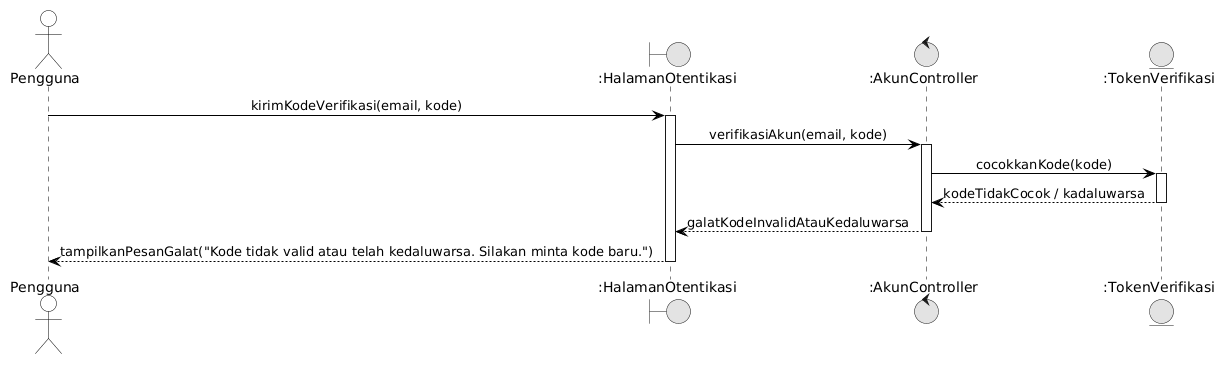
The PlantUML diagram docs/M7/assets/diagram/Sequence_UC02_Alt1.png in ghaniyul/IF2150-RPL-K01-G02, before a commit.
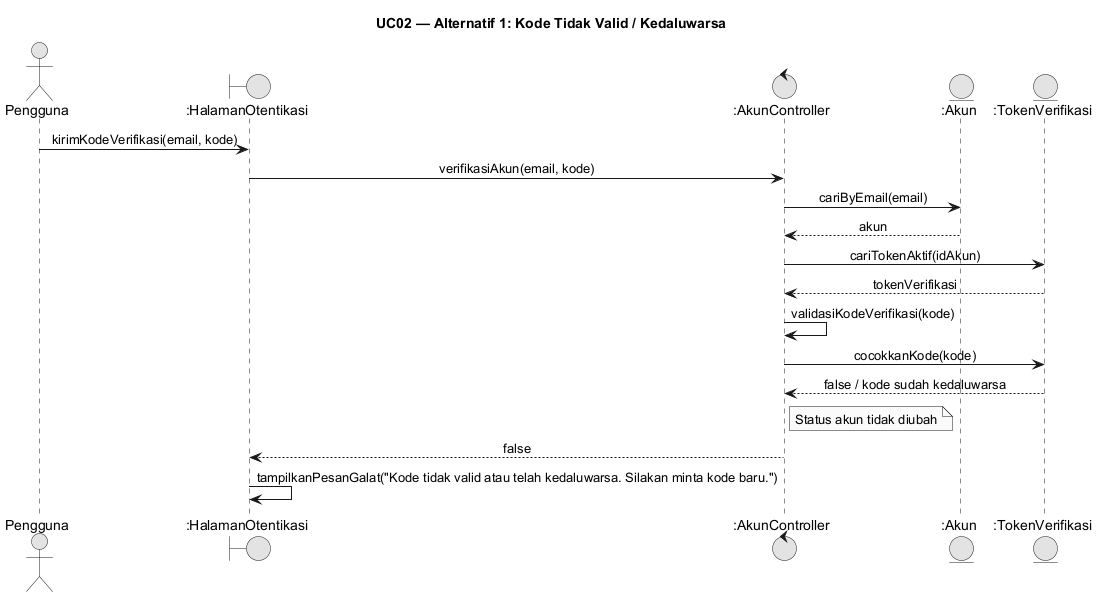
Later version of the same file.

Change to the diagram source:
```diff
@@ -4,40 +4,23 @@
 skinparam defaultFontName Arial
 skinparam sequenceMessageAlign center
 skinparam backgroundColor #FFFFFF
-
-skinparam participant {
-    BackgroundColor #FFFFFF
-    BorderColor #000000
-}
-skinparam actor {
-    BackgroundColor #FFFFFF
-    BorderColor #000000
-}
-skinparam sequence {
-    LifeLineBackgroundColor #FFFFFF
-    LifeLineBorderColor #000000
-    ArrowColor #000000
-    ActorBorderColor #000000
-    ActorBackgroundColor #FFFFFF
-    GroupBorderColor #000000
-    GroupBackgroundColor #FFFFFF
-}
-
+skinparam responseMessageBelowArrow true
+title UC02 — Alternatif 1: Kode Tidak Valid / Kedaluwarsa
 actor "Pengguna" as User
-boundary ":HalamanOtentikasi" as UI
-control ":AkunController" as Ctrl
-entity ":TokenVerifikasi" as Token
-
-User -> UI: kirimKodeVerifikasi(email, kode)
-activate UI
-UI -> Ctrl: verifikasiAkun(email, kode)
-activate Ctrl
-Ctrl -> Token: cocokkanKode(kode)
-activate Token
-Token --> Ctrl: kodeTidakCocok / kadaluwarsa
-deactivate Token
-Ctrl --> UI: galatKodeInvalidAtauKedaluwarsa
-deactivate Ctrl
-UI --> User: tampilkanPesanGalat("Kode tidak valid atau telah kedaluwarsa. Silakan minta kode baru.")
-deactivate UI
+boundary ":HalamanOtentikasi" as UIo
+control ":AkunController" as AC
+entity ":Akun" as Akun
+entity ":TokenVerifikasi" as Tok
+User -> UIo: kirimKodeVerifikasi(email, kode)
+UIo -> AC: verifikasiAkun(email, kode)
+AC -> Akun: cariByEmail(email)
+Akun --> AC: akun
+AC -> Tok: cariTokenAktif(idAkun)
+Tok --> AC: tokenVerifikasi
+AC -> AC: validasiKodeVerifikasi(kode)
+AC -> Tok: cocokkanKode(kode)
+Tok --> AC: false / kode sudah kedaluwarsa
+note right of AC: Status akun tidak diubah
+AC --> UIo: false
+UIo -> UIo: tampilkanPesanGalat("Kode tidak valid atau telah kedaluwarsa. Silakan minta kode baru.")
 @enduml
```
